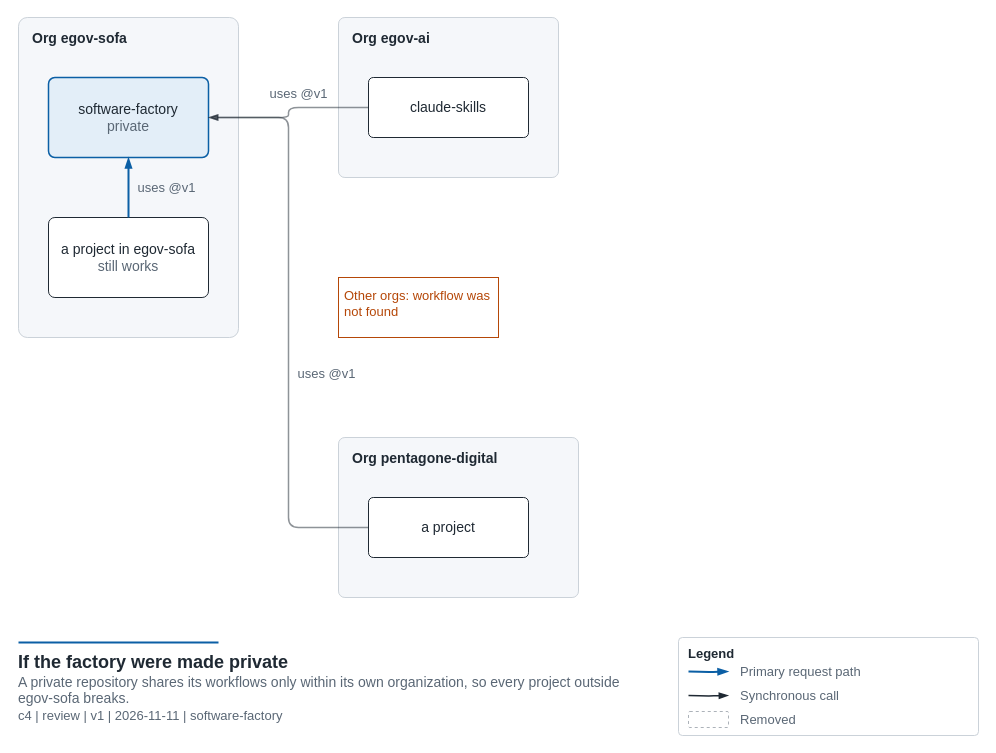
Before: page "Private" (2 of 3) of docs/diagrams/cross-org-access.drawio in egov-sofa/software-factory, a draw.io diagram. Source tidied: cells renumbered, new cells numbered last; positions are measured from the earlier drawing's top-left corner, leaving out a move shared by most shapes. Both pictures are drawn from the tidied source at 100%, with x=0, y=0 at pixel (18, 17).
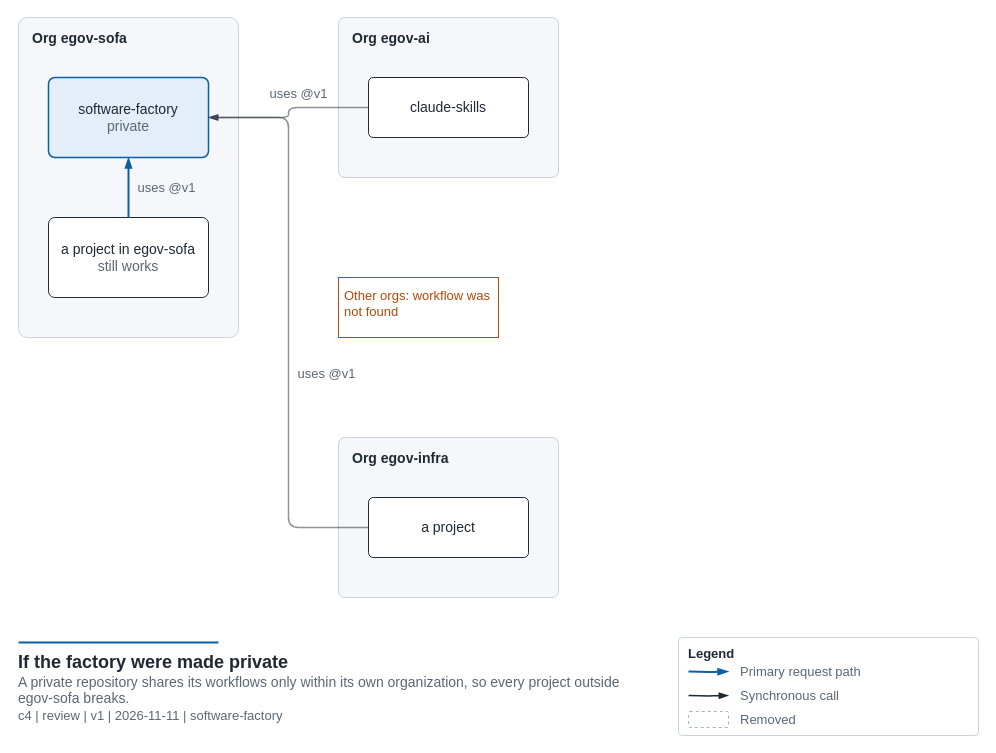
After the change.

Diff of the diagram source:
```diff
@@
     <mxCell id="5" style="group;fillColor=none;strokeColor=none;" parent="1" vertex="1">
-      <mxGeometry x="320" width="240" height="580" as="geometry" />
+      <mxGeometry x="320" width="220" height="580" as="geometry" />
     </mxCell>
@@
-    <mxCell id="9" value="Org pentagone-digital" style="rounded=1;arcSize=4;whiteSpace=wrap;html=1;fillColor=#F5F7FA;strokeColor=#CBD2D9;strokeWidth=1;fontSize=14;fontStyle=1;fontColor=#1F2933;verticalAlign=top;align=left;spacingLeft=12;spacingTop=6;" parent="5" vertex="1">
-      <mxGeometry y="420" width="240" height="160" as="geometry" />
+    <mxCell id="9" value="Org egov-infra" style="rounded=1;arcSize=4;whiteSpace=wrap;html=1;fillColor=#F5F7FA;strokeColor=#CBD2D9;strokeWidth=1;fontSize=14;fontStyle=1;fontColor=#1F2933;verticalAlign=top;align=left;spacingLeft=12;spacingTop=6;" parent="5" vertex="1">
+      <mxGeometry y="420" width="220" height="160" as="geometry" />
     </mxCell>
```
